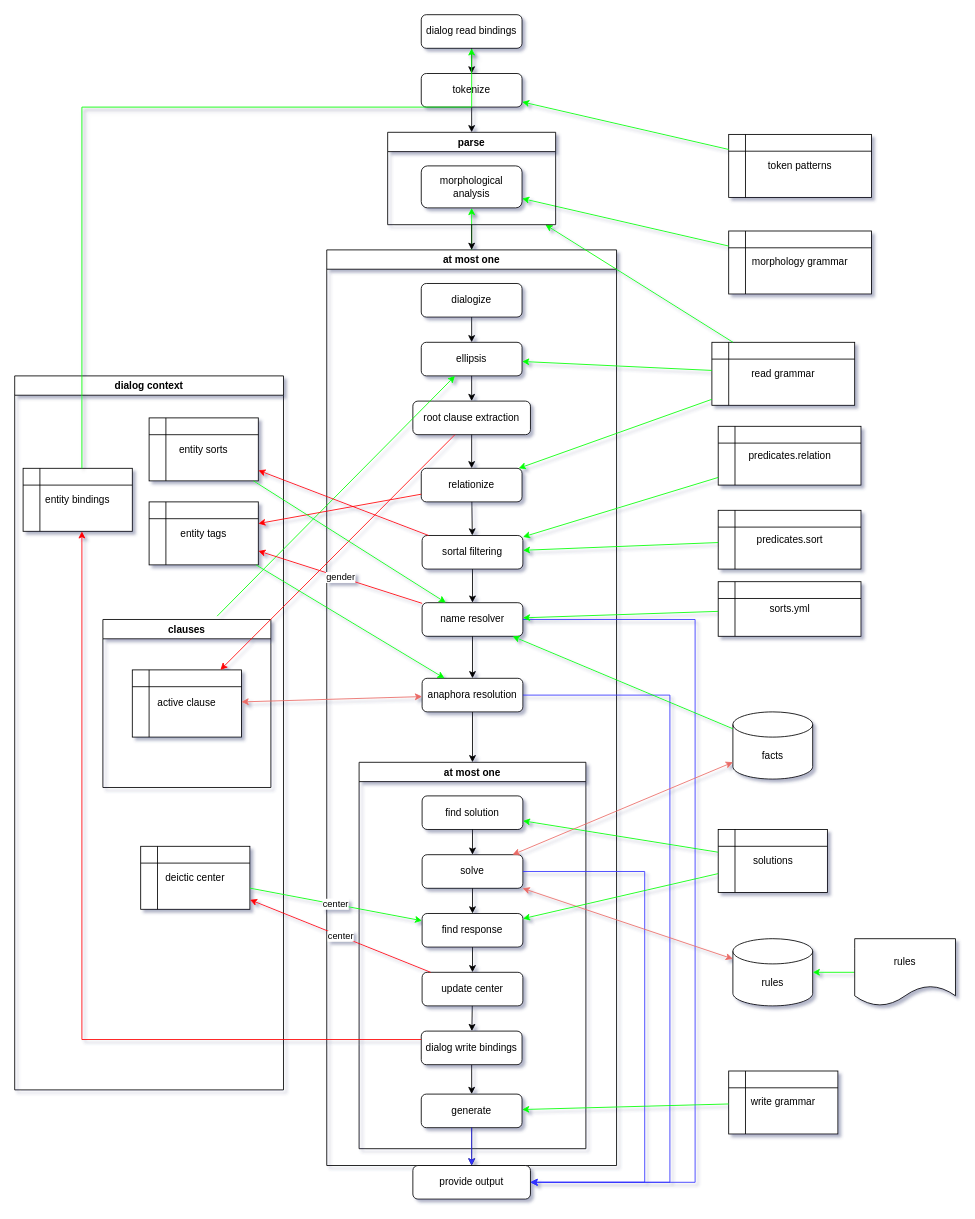
The draw.io diagram doc/diagram/system1.drawio in garfix/nli-go, before the edit. Source tidied: cells renumbered, new cells numbered last; positions are measured from the earlier drawing's top-left corner, leaving out a move shared by most shapes. Both pictures are drawn from the tidied source at 84%, with x=0, y=0 at pixel (14, 14).
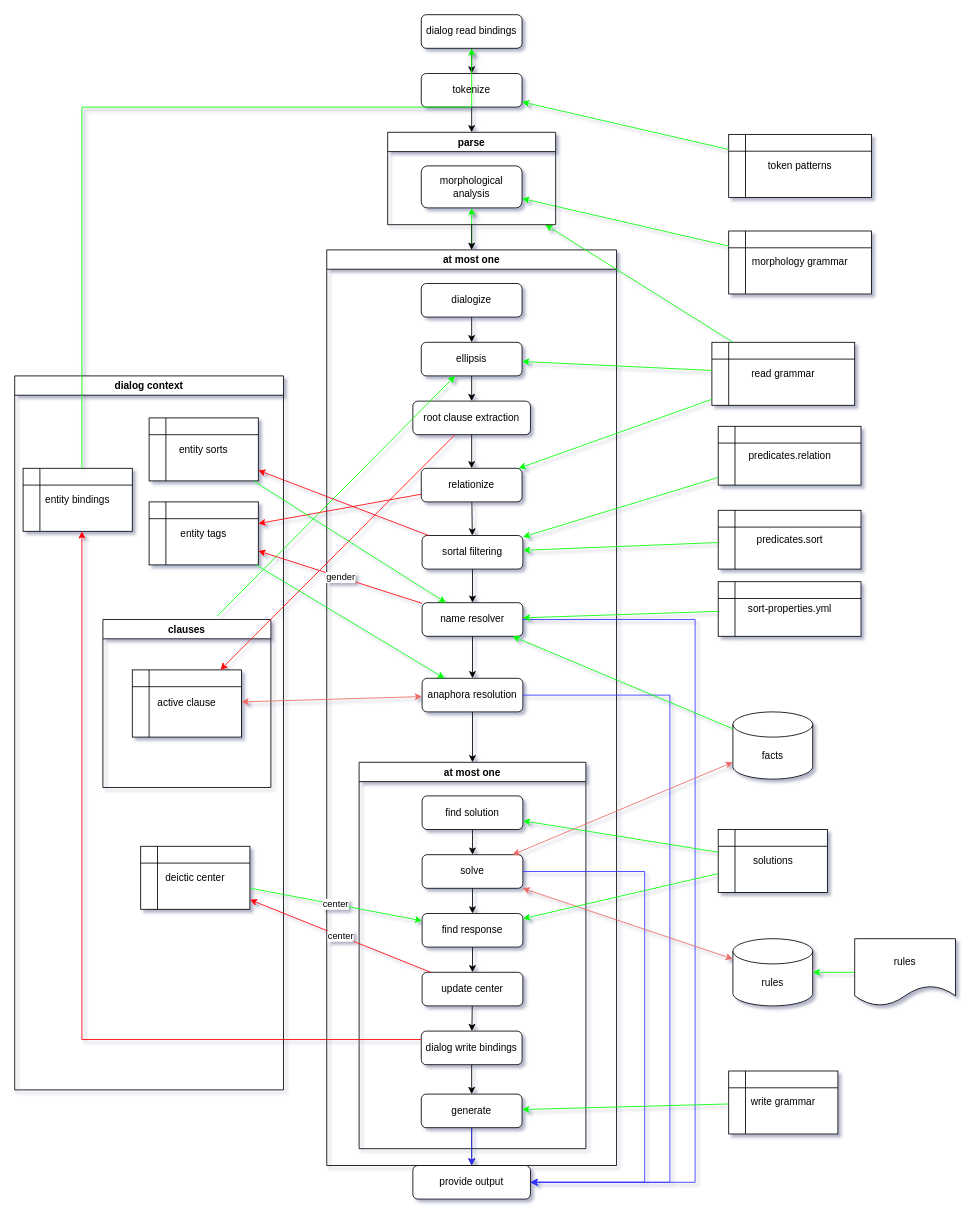
Above is the later version.

The edit, as a diff of the source:
```diff
@@
-    <mxCell id="76" value="sorts.yml" style="shape=internalStorage;whiteSpace=wrap;html=1;backgroundOutline=1;" parent="1" vertex="1">
+    <mxCell id="76" value="sort-properties.yml" style="shape=internalStorage;whiteSpace=wrap;html=1;backgroundOutline=1;" parent="1" vertex="1">
       <mxGeometry x="837.5" y="675" width="170" height="65" as="geometry" />
     </mxCell>
```
